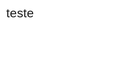
italomene/Brain keeps this Excalidraw diagram as Pandas.excalidraw.svg. Above is the earlier version. Source tidied: one line per element, renumbered; positions are measured from the earlier drawing's top-left corner, leaving out a move shared by most shapes.
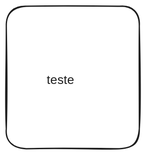
Later version of the same file.

Change to the diagram source:
```diff
@@ -1,1 +1,2 @@
+{"id": 1, "type": "rectangle", "strokeColor": "#1e1e1e", "backgroundColor": "#ffffff", "fillStyle": "solid", "strokeWidth": 2, "roughness": 1, "round": true, "x": -65, "y": -106, "width": 214, "height": 228}
 {"id": 0, "type": "text", "text": "teste", "strokeColor": "#1e1e1e", "strokeWidth": 2, "roughness": 1, "fontSize": 20, "fontFamily": 5, "x": 0, "y": 0, "width": 56, "height": 25}
```
